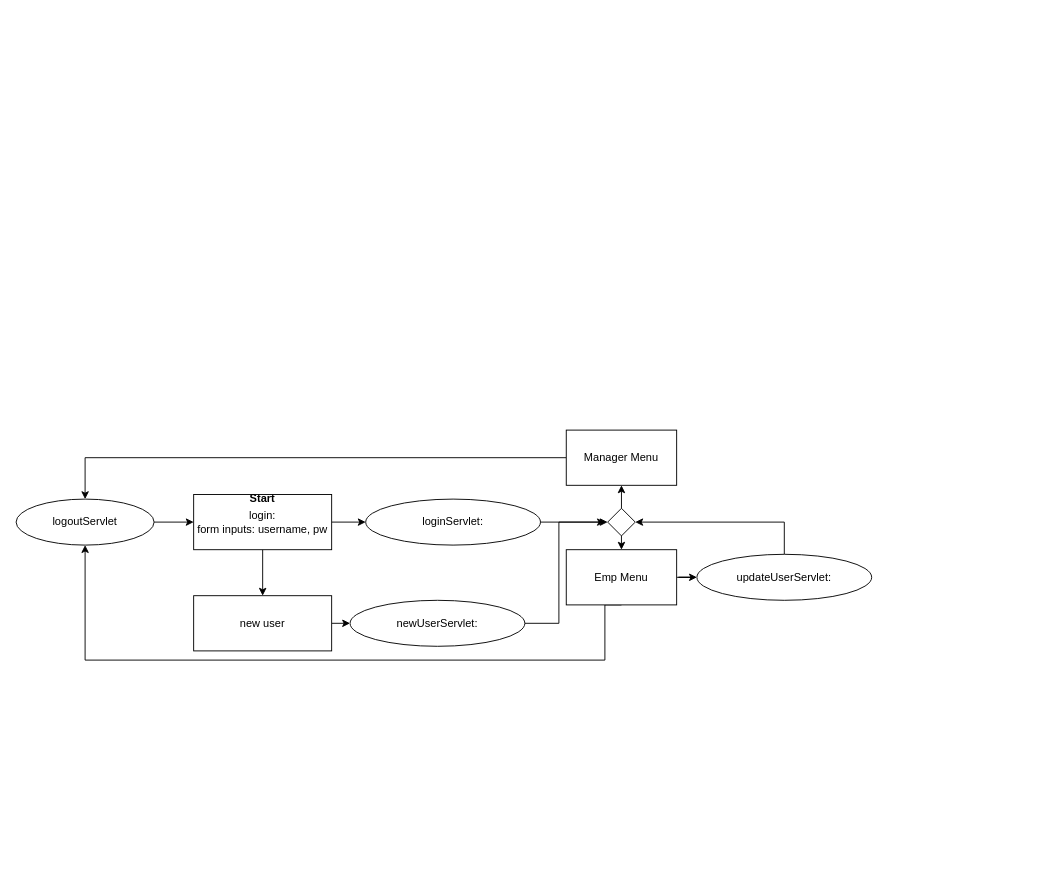
Before: page "Page-4" (3 of 3) of ERS_Project1/diagrams.drawio in dlbroadwa/NewRevatureRepo, a draw.io diagram. Source tidied: cells renumbered, new cells numbered last; positions are measured from the earlier drawing's top-left corner, leaving out a move shared by most shapes. Both pictures are drawn from the tidied source at 92%, with x=0, y=0 at pixel (16, 430).
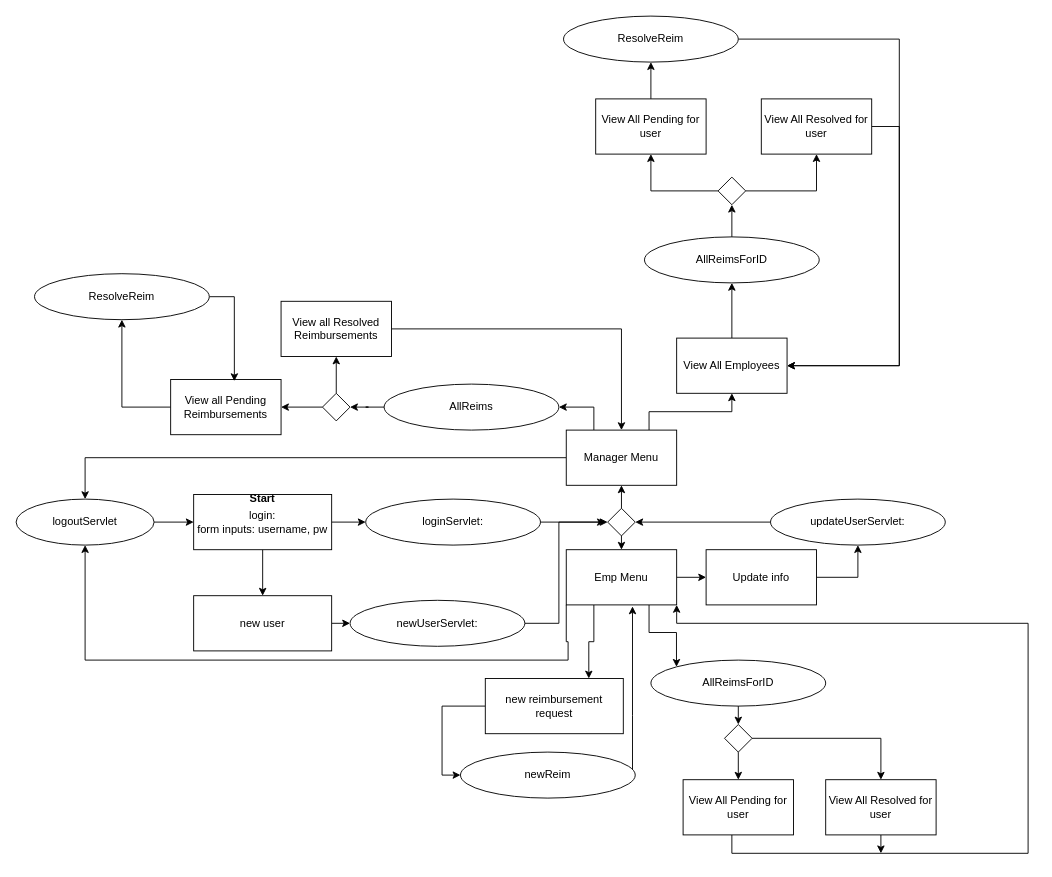
The same diagram, later.

The change refers to these unchanged cells:
```xml
<mxCell id="9" style="rhombus;whiteSpace=wrap;html=1;" parent="1" vertex="1">
  <mxGeometry x="643" y="85" width="30" height="30" as="geometry" />
</mxCell>
<mxCell id="11" value="Manager Menu" style="rounded=0;whiteSpace=wrap;html=1;" parent="1" vertex="1">
  <mxGeometry x="598" width="120" height="60" as="geometry" />
</mxCell>
<mxCell id="14" value="Emp Menu" style="rounded=0;whiteSpace=wrap;html=1;" parent="1" vertex="1">
  <mxGeometry x="598" y="130" width="120" height="60" as="geometry" />
</mxCell>
<mxCell id="20" value="logoutServlet" style="ellipse;whiteSpace=wrap;html=1;" parent="1" vertex="1">
  <mxGeometry y="75" width="150" height="50" as="geometry" />
</mxCell>
```

Change to the diagram source:
```diff
@@
+    <mxCell id="24" style="edgeStyle=orthogonalEdgeStyle;rounded=0;jettySize=auto;html=1;exitX=0.25;exitY=0;exitDx=0;exitDy=0;entryX=1;entryY=0.5;entryDx=0;entryDy=0;" parent="1" edge="1" source="11" target="36">
+      <mxGeometry relative="1" as="geometry" />
+    </mxCell>
+    <mxCell id="25" style="edgeStyle=orthogonalEdgeStyle;rounded=0;jettySize=auto;html=1;entryX=0.5;entryY=1;entryDx=0;entryDy=0;exitX=0.75;exitY=0;exitDx=0;exitDy=0;" parent="1" edge="1" source="11" target="45">
+      <mxGeometry relative="1" as="geometry" />
+    </mxCell>
@@
-    <mxCell id="12" style="edgeStyle=orthogonalEdgeStyle;rounded=0;jettySize=auto;html=1;exitX=0.5;exitY=1;exitDx=0;exitDy=0;entryX=0.5;entryY=1;entryDx=0;entryDy=0;" parent="1" edge="1" source="14" target="20">
+    <mxCell id="12" style="edgeStyle=orthogonalEdgeStyle;rounded=0;jettySize=auto;html=1;entryX=0.5;entryY=1;entryDx=0;entryDy=0;exitX=0;exitY=1;exitDx=0;exitDy=0;" parent="1" edge="1" source="14" target="20">
       <mxGeometry relative="1" as="geometry">
         <Array as="points">
-          <mxPoint x="640" y="190" />
-          <mxPoint x="640" y="250" />
+          <mxPoint x="598" y="230" />
+          <mxPoint x="600" y="230" />
+          <mxPoint x="600" y="250" />
           <mxPoint x="75" y="250" />
         </Array>
       </mxGeometry>
     </mxCell>
-    <mxCell id="13" style="edgeStyle=orthogonalEdgeStyle;rounded=0;jettySize=auto;html=1;entryX=0;entryY=0.5;entryDx=0;entryDy=0;" parent="1" edge="1" source="14" target="22">
-      <mxGeometry relative="1" as="geometry" />
-    </mxCell>
+    <mxCell id="26" style="edgeStyle=orthogonalEdgeStyle;rounded=0;jettySize=auto;html=1;exitX=0.25;exitY=1;exitDx=0;exitDy=0;entryX=0.75;entryY=0;entryDx=0;entryDy=0;" parent="1" edge="1" source="14" target="32">
+      <mxGeometry relative="1" as="geometry" />
+    </mxCell>
+    <mxCell id="27" style="edgeStyle=orthogonalEdgeStyle;rounded=0;jettySize=auto;html=1;exitX=1;exitY=0.5;exitDx=0;exitDy=0;entryX=0;entryY=0.5;entryDx=0;entryDy=0;" parent="1" edge="1" source="14" target="34">
+      <mxGeometry relative="1" as="geometry" />
+    </mxCell>
+    <mxCell id="28" style="edgeStyle=orthogonalEdgeStyle;rounded=0;jettySize=auto;html=1;exitX=0.75;exitY=1;exitDx=0;exitDy=0;entryX=0;entryY=0;entryDx=0;entryDy=0;" parent="1" edge="1" source="14" target="52">
+      <mxGeometry relative="1" as="geometry" />
+    </mxCell>
@@
-    <mxCell id="21" style="edgeStyle=orthogonalEdgeStyle;rounded=0;jettySize=auto;html=1;exitX=0.5;exitY=0;exitDx=0;exitDy=0;entryX=1;entryY=0.5;entryDx=0;entryDy=0;" parent="1" edge="1" source="22" target="9">
-      <mxGeometry relative="1" as="geometry">
-        <Array as="points">
-          <mxPoint x="835" y="100" />
-        </Array>
-      </mxGeometry>
+    <mxCell id="21" style="edgeStyle=orthogonalEdgeStyle;rounded=0;jettySize=auto;html=1;exitX=0;exitY=0.5;exitDx=0;exitDy=0;entryX=1;entryY=0.5;entryDx=0;entryDy=0;" parent="1" edge="1" source="22" target="9">
+      <mxGeometry relative="1" as="geometry" />
     </mxCell>
     <mxCell id="22" value="updateUserServlet:" style="ellipse;whiteSpace=wrap;html=1;" parent="1" vertex="1">
-      <mxGeometry x="740" y="135" width="190" height="50" as="geometry" />
+      <mxGeometry x="820" y="75" width="190" height="50" as="geometry" />
     </mxCell>
@@
+    <mxCell id="29" style="edgeStyle=orthogonalEdgeStyle;rounded=0;jettySize=auto;html=1;entryX=0.6;entryY=1.027;entryDx=0;entryDy=0;entryPerimeter=0;" parent="1" edge="1" source="30" target="14">
+      <mxGeometry relative="1" as="geometry">
+        <Array as="points">
+          <mxPoint x="670" y="310" />
+          <mxPoint x="670" y="310" />
+        </Array>
+      </mxGeometry>
+    </mxCell>
+    <mxCell id="30" value="newReim" style="ellipse;whiteSpace=wrap;html=1;" parent="1" vertex="1">
+      <mxGeometry x="483" y="350" width="190" height="50" as="geometry" />
+    </mxCell>
+    <mxCell id="31" style="edgeStyle=orthogonalEdgeStyle;rounded=0;jettySize=auto;html=1;entryX=0;entryY=0.5;entryDx=0;entryDy=0;" parent="1" edge="1" source="32" target="30">
+      <mxGeometry relative="1" as="geometry">
+        <Array as="points">
+          <mxPoint x="463" y="300" />
+          <mxPoint x="463" y="375" />
+        </Array>
+      </mxGeometry>
+    </mxCell>
+    <mxCell id="32" value="new reimbursement request" style="rounded=0;whiteSpace=wrap;html=1;" parent="1" vertex="1">
+      <mxGeometry x="510" y="270" width="150" height="60" as="geometry" />
+    </mxCell>
+    <mxCell id="33" style="edgeStyle=orthogonalEdgeStyle;rounded=0;jettySize=auto;html=1;exitX=1;exitY=0.5;exitDx=0;exitDy=0;entryX=0.5;entryY=1;entryDx=0;entryDy=0;" parent="1" edge="1" source="34" target="22">
+      <mxGeometry relative="1" as="geometry" />
+    </mxCell>
+    <mxCell id="34" value="Update info" style="rounded=0;whiteSpace=wrap;html=1;" parent="1" vertex="1">
+      <mxGeometry x="750" y="130" width="120" height="60" as="geometry" />
+    </mxCell>
+    <mxCell id="35" style="edgeStyle=orthogonalEdgeStyle;rounded=0;jettySize=auto;html=1;entryX=1;entryY=0.5;entryDx=0;entryDy=0;" parent="1" edge="1" source="36" target="41">
+      <mxGeometry relative="1" as="geometry" />
+    </mxCell>
+    <mxCell id="36" value="AllReims" style="ellipse;whiteSpace=wrap;html=1;" parent="1" vertex="1">
+      <mxGeometry x="400" y="-50" width="190" height="50" as="geometry" />
+    </mxCell>
+    <mxCell id="37" style="edgeStyle=orthogonalEdgeStyle;rounded=0;jettySize=auto;html=1;entryX=0.5;entryY=1;entryDx=0;entryDy=0;exitX=0;exitY=0.5;exitDx=0;exitDy=0;" parent="1" edge="1" source="38" target="47">
+      <mxGeometry relative="1" as="geometry" />
+    </mxCell>
+    <mxCell id="38" value="View all Pending Reimbursements" style="rounded=0;whiteSpace=wrap;html=1;" parent="1" vertex="1">
+      <mxGeometry x="168" y="-55" width="120" height="60" as="geometry" />
+    </mxCell>
+    <mxCell id="39" style="edgeStyle=orthogonalEdgeStyle;rounded=0;jettySize=auto;html=1;exitX=0;exitY=0.5;exitDx=0;exitDy=0;entryX=1;entryY=0.5;entryDx=0;entryDy=0;" parent="1" edge="1" source="41" target="38">
+      <mxGeometry relative="1" as="geometry" />
+    </mxCell>
+    <mxCell id="40" style="edgeStyle=orthogonalEdgeStyle;rounded=0;jettySize=auto;html=1;exitX=0.5;exitY=0;exitDx=0;exitDy=0;entryX=0.5;entryY=1;entryDx=0;entryDy=0;" parent="1" edge="1" source="41" target="43">
+      <mxGeometry relative="1" as="geometry" />
+    </mxCell>
+    <mxCell id="41" style="rhombus;whiteSpace=wrap;html=1;" parent="1" vertex="1">
+      <mxGeometry x="333" y="-40" width="30" height="30" as="geometry" />
+    </mxCell>
+    <mxCell id="42" style="edgeStyle=orthogonalEdgeStyle;rounded=0;jettySize=auto;html=1;" parent="1" edge="1" source="43" target="11">
+      <mxGeometry relative="1" as="geometry" />
+    </mxCell>
+    <mxCell id="43" value="View all Resolved Reimbursements" style="rounded=0;whiteSpace=wrap;html=1;" parent="1" vertex="1">
+      <mxGeometry x="288" y="-140" width="120" height="60" as="geometry" />
+    </mxCell>
+    <mxCell id="44" style="edgeStyle=orthogonalEdgeStyle;rounded=0;jettySize=auto;html=1;entryX=0.5;entryY=1;entryDx=0;entryDy=0;" parent="1" edge="1" source="45" target="61">
+      <mxGeometry relative="1" as="geometry" />
+    </mxCell>
+    <mxCell id="45" value="View All Employees" style="rounded=0;whiteSpace=wrap;html=1;" parent="1" vertex="1">
+      <mxGeometry x="718" y="-100" width="120" height="60" as="geometry" />
+    </mxCell>
+    <mxCell id="46" style="edgeStyle=orthogonalEdgeStyle;rounded=0;jettySize=auto;html=1;exitX=1;exitY=0.5;exitDx=0;exitDy=0;entryX=0.577;entryY=0.03;entryDx=0;entryDy=0;entryPerimeter=0;" parent="1" edge="1" source="47" target="38">
+      <mxGeometry relative="1" as="geometry" />
+    </mxCell>
+    <mxCell id="47" value="ResolveReim" style="ellipse;whiteSpace=wrap;html=1;" parent="1" vertex="1">
+      <mxGeometry x="20" y="-170" width="190" height="50" as="geometry" />
+    </mxCell>
+    <mxCell id="48" style="edgeStyle=orthogonalEdgeStyle;rounded=0;jettySize=auto;html=1;exitX=1;exitY=0.5;exitDx=0;exitDy=0;entryX=0.5;entryY=1;entryDx=0;entryDy=0;" parent="1" edge="1" source="50" target="65">
+      <mxGeometry relative="1" as="geometry" />
+    </mxCell>
+    <mxCell id="49" style="edgeStyle=orthogonalEdgeStyle;rounded=0;jettySize=auto;html=1;entryX=0.5;entryY=1;entryDx=0;entryDy=0;" parent="1" edge="1" source="50" target="63">
+      <mxGeometry relative="1" as="geometry" />
+    </mxCell>
+    <mxCell id="50" style="rhombus;whiteSpace=wrap;html=1;" parent="1" vertex="1">
+      <mxGeometry x="763" y="-275" width="30" height="30" as="geometry" />
+    </mxCell>
+    <mxCell id="51" style="edgeStyle=orthogonalEdgeStyle;rounded=0;jettySize=auto;html=1;exitX=0.5;exitY=1;exitDx=0;exitDy=0;entryX=0.5;entryY=0;entryDx=0;entryDy=0;" parent="1" edge="1" source="52" target="55">
+      <mxGeometry relative="1" as="geometry" />
+    </mxCell>
+    <mxCell id="52" value="AllReimsForID" style="ellipse;whiteSpace=wrap;html=1;" parent="1" vertex="1">
+      <mxGeometry x="690" y="250" width="190" height="50" as="geometry" />
+    </mxCell>
+    <mxCell id="53" style="edgeStyle=orthogonalEdgeStyle;rounded=0;jettySize=auto;html=1;exitX=0.5;exitY=1;exitDx=0;exitDy=0;entryX=0.5;entryY=0;entryDx=0;entryDy=0;" parent="1" edge="1" source="55" target="57">
+      <mxGeometry relative="1" as="geometry" />
+    </mxCell>
+    <mxCell id="54" style="edgeStyle=orthogonalEdgeStyle;rounded=0;jettySize=auto;html=1;exitX=1;exitY=0.5;exitDx=0;exitDy=0;entryX=0.5;entryY=0;entryDx=0;entryDy=0;" parent="1" edge="1" source="55" target="59">
+      <mxGeometry relative="1" as="geometry" />
+    </mxCell>
+    <mxCell id="55" style="rhombus;whiteSpace=wrap;html=1;" parent="1" vertex="1">
+      <mxGeometry x="770" y="320" width="30" height="30" as="geometry" />
+    </mxCell>
+    <mxCell id="56" style="edgeStyle=orthogonalEdgeStyle;rounded=0;jettySize=auto;html=1;entryX=1;entryY=1;entryDx=0;entryDy=0;" parent="1" edge="1" source="57" target="14">
+      <mxGeometry relative="1" as="geometry">
+        <Array as="points">
+          <mxPoint x="778" y="460" />
+          <mxPoint x="1100" y="460" />
+          <mxPoint x="1100" y="210" />
+          <mxPoint x="718" y="210" />
+        </Array>
+      </mxGeometry>
+    </mxCell>
+    <mxCell id="57" value="View All Pending for user" style="rounded=0;whiteSpace=wrap;html=1;" parent="1" vertex="1">
+      <mxGeometry x="725" y="380" width="120" height="60" as="geometry" />
+    </mxCell>
+    <mxCell id="58" style="edgeStyle=orthogonalEdgeStyle;rounded=0;jettySize=auto;html=1;exitX=0.5;exitY=1;exitDx=0;exitDy=0;" parent="1" edge="1" source="59">
+      <mxGeometry relative="1" as="geometry">
+        <mxPoint x="940" y="460" as="targetPoint" />
+      </mxGeometry>
+    </mxCell>
+    <mxCell id="59" value="View All Resolved for user" style="rounded=0;whiteSpace=wrap;html=1;" parent="1" vertex="1">
+      <mxGeometry x="880" y="380" width="120" height="60" as="geometry" />
+    </mxCell>
+    <mxCell id="60" style="edgeStyle=orthogonalEdgeStyle;rounded=0;jettySize=auto;html=1;exitX=0.5;exitY=0;exitDx=0;exitDy=0;entryX=0.5;entryY=1;entryDx=0;entryDy=0;" parent="1" edge="1" source="61" target="50">
+      <mxGeometry relative="1" as="geometry" />
+    </mxCell>
+    <mxCell id="61" value="AllReimsForID" style="ellipse;whiteSpace=wrap;html=1;" parent="1" vertex="1">
+      <mxGeometry x="683" y="-210" width="190" height="50" as="geometry" />
+    </mxCell>
+    <mxCell id="62" style="edgeStyle=orthogonalEdgeStyle;rounded=0;jettySize=auto;html=1;entryX=0.5;entryY=1;entryDx=0;entryDy=0;" parent="1" edge="1" source="63" target="67">
+      <mxGeometry relative="1" as="geometry" />
+    </mxCell>
+    <mxCell id="63" value="View All Pending for user" style="rounded=0;whiteSpace=wrap;html=1;" parent="1" vertex="1">
+      <mxGeometry x="630" y="-360" width="120" height="60" as="geometry" />
+    </mxCell>
+    <mxCell id="64" style="edgeStyle=orthogonalEdgeStyle;rounded=0;jettySize=auto;html=1;entryX=1;entryY=0.5;entryDx=0;entryDy=0;" parent="1" edge="1" source="65" target="45">
+      <mxGeometry relative="1" as="geometry">
+        <Array as="points">
+          <mxPoint x="960" y="-330" />
+          <mxPoint x="960" y="-70" />
+        </Array>
+      </mxGeometry>
+    </mxCell>
+    <mxCell id="65" value="View All Resolved for user" style="rounded=0;whiteSpace=wrap;html=1;" parent="1" vertex="1">
+      <mxGeometry x="810" y="-360" width="120" height="60" as="geometry" />
+    </mxCell>
+    <mxCell id="66" style="edgeStyle=orthogonalEdgeStyle;rounded=0;jettySize=auto;html=1;entryX=1;entryY=0.5;entryDx=0;entryDy=0;" parent="1" edge="1" source="67" target="45">
+      <mxGeometry relative="1" as="geometry">
+        <Array as="points">
+          <mxPoint x="960" y="-425" />
+          <mxPoint x="960" y="-70" />
+        </Array>
+      </mxGeometry>
+    </mxCell>
+    <mxCell id="67" value="ResolveReim" style="ellipse;whiteSpace=wrap;html=1;" parent="1" vertex="1">
+      <mxGeometry x="595" y="-450" width="190" height="50" as="geometry" />
+    </mxCell>
```
